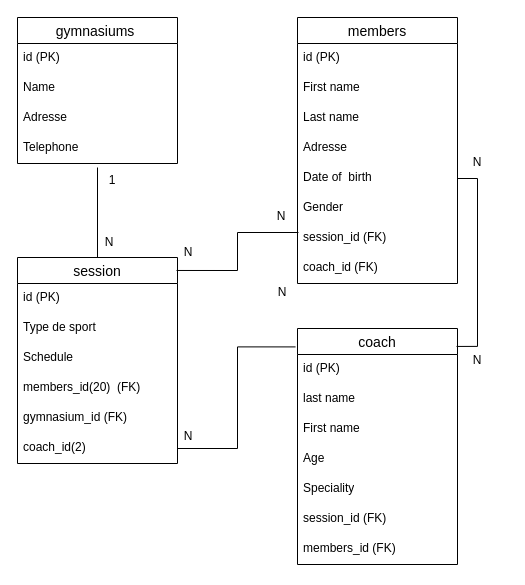
Above: Untitled Diagram.drawio in Mrsoufixx/entityCheck (draw.io), before the change. Source tidied: cells renumbered, new cells numbered last; positions are measured from the earlier drawing's top-left corner, leaving out a move shared by most shapes. Both pictures are drawn from the tidied source at 100%, with x=0, y=0 at pixel (17, 17).
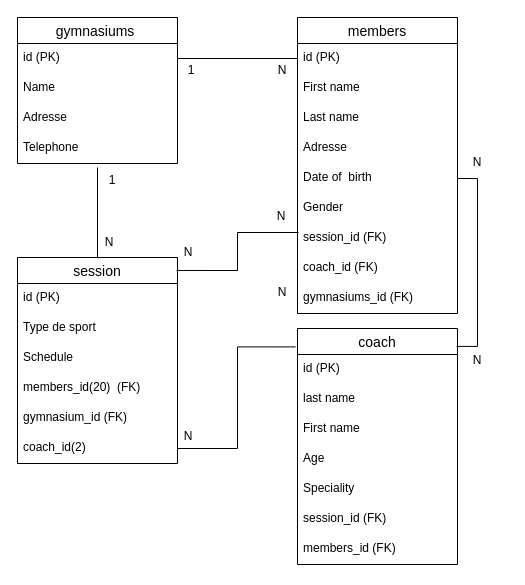
The same diagram, later.

The change refers to these unchanged cells:
```xml
<mxCell id="3" value="id (PK)" style="text;strokeColor=none;fillColor=none;spacingLeft=4;spacingRight=4;overflow=hidden;points=[[0,0.5],[1,0.5]];portConstraint=eastwest;fontSize=12;whiteSpace=wrap;html=1;" parent="2" vertex="1">
  <mxGeometry y="26" width="160" height="30" as="geometry" />
</mxCell>
<mxCell id="8" value="id (PK)" style="text;strokeColor=none;fillColor=none;spacingLeft=4;spacingRight=4;overflow=hidden;points=[[0,0.5],[1,0.5]];portConstraint=eastwest;fontSize=12;whiteSpace=wrap;html=1;" parent="7" vertex="1">
  <mxGeometry y="26" width="160" height="30" as="geometry" />
</mxCell>
```

The edit, as a diff of the source:
```diff
@@
     <mxCell id="7" value="members" style="swimlane;fontStyle=0;horizontal=1;startSize=26;align=center;fontSize=14;" parent="1" vertex="1">
-      <mxGeometry x="280" width="160" height="266" as="geometry" />
+      <mxGeometry x="280" width="160" height="296" as="geometry" />
     </mxCell>
@@
+    <mxCell id="43" value="gymnasiums_id (FK)" style="text;strokeColor=none;fillColor=none;spacingLeft=4;spacingRight=4;overflow=hidden;fontSize=12;whiteSpace=wrap;html=1;" parent="7" vertex="1">
+      <mxGeometry y="266" width="160" height="30" as="geometry" />
+    </mxCell>
@@
+    <mxCell id="44" style="edgeStyle=orthogonalEdgeStyle;rounded=0;jettySize=auto;html=1;endArrow=none;endFill=0;exitX=0;exitY=0.5;exitDx=0;exitDy=0;entryX=1;entryY=0.5;entryDx=0;entryDy=0;" parent="1" edge="1" source="8" target="3">
+      <mxGeometry relative="1" as="geometry" />
+    </mxCell>
+    <mxCell id="45" value="N" style="text;strokeColor=none;align=center;fillColor=none;html=1;verticalAlign=middle;whiteSpace=wrap;rounded=0;" parent="1" vertex="1">
+      <mxGeometry x="235" y="38" width="60" height="30" as="geometry" />
+    </mxCell>
+    <mxCell id="46" value="1" style="text;strokeColor=none;align=center;fillColor=none;html=1;verticalAlign=middle;whiteSpace=wrap;rounded=0;" parent="1" vertex="1">
+      <mxGeometry x="144" y="38" width="60" height="30" as="geometry" />
+    </mxCell>
```
